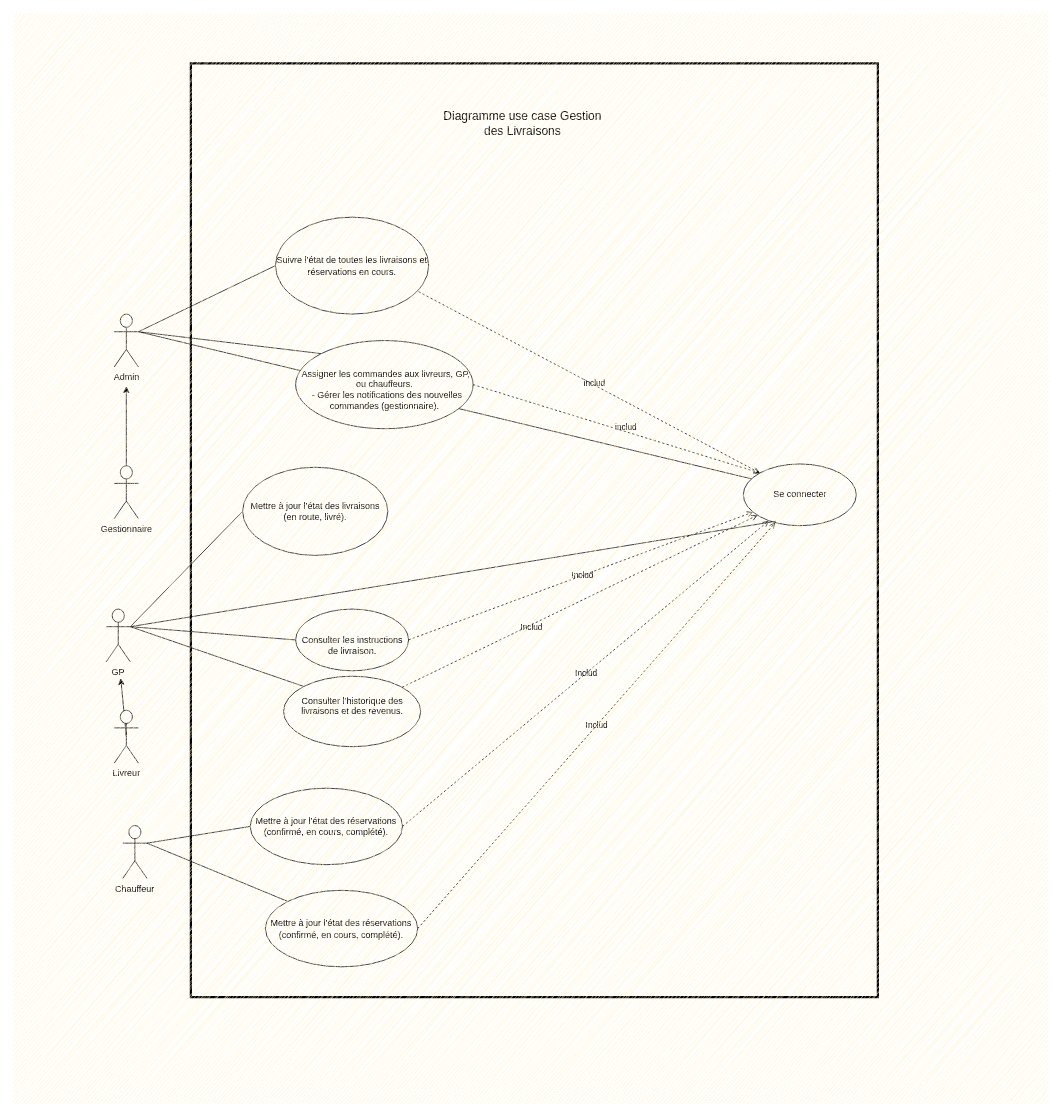
Earlier version of the draw.io diagram page "Diagramme use case Gestion des Livraisons" (4 of 6) of Diagramme sans nom.drawio (BounAbdallah/tuto). Source tidied: cells renumbered, new cells numbered last; positions are measured from the earlier drawing's top-left corner, leaving out a move shared by most shapes. Both pictures are drawn from the tidied source at 75%, with x=0, y=0 at pixel (13, 13).
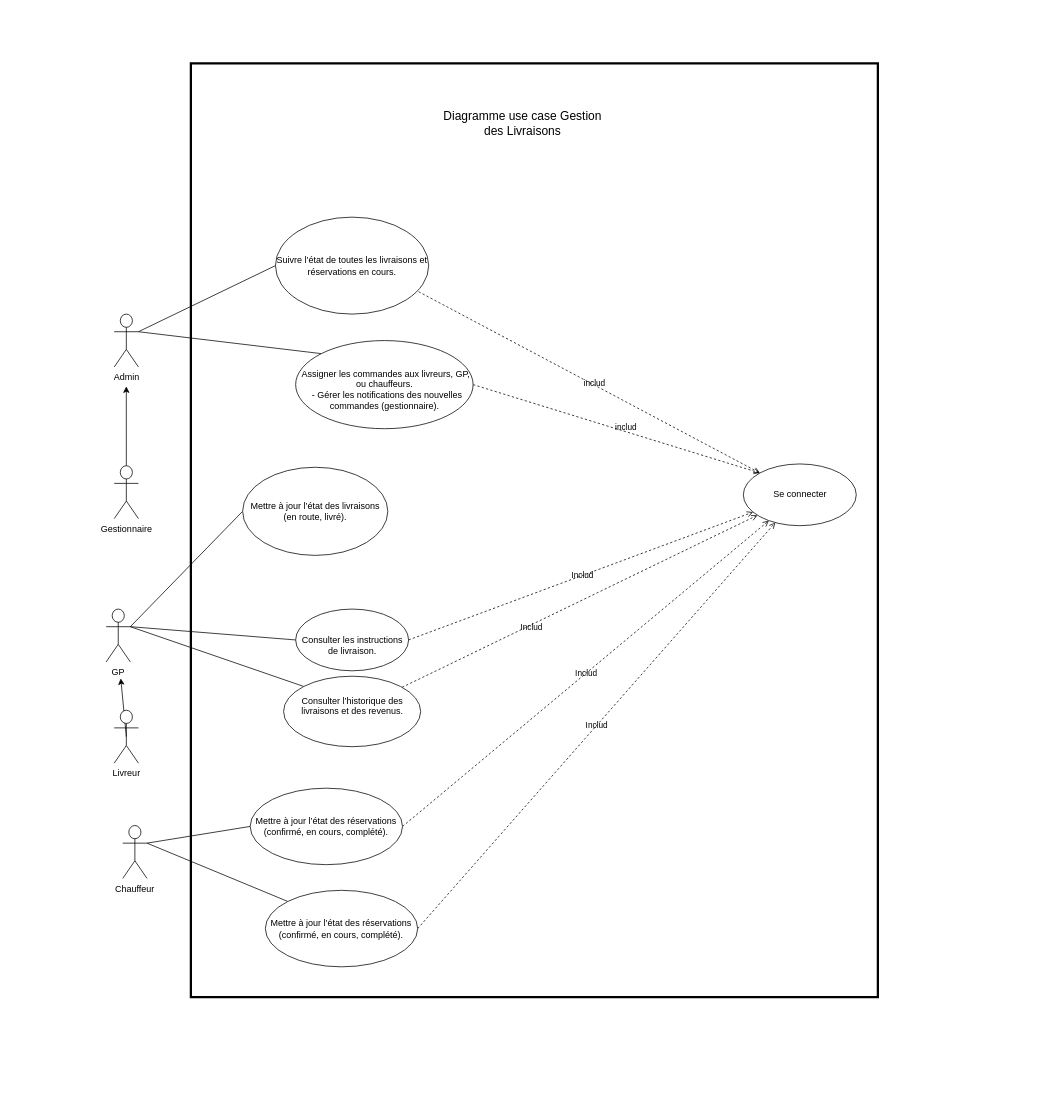
Above is the later version.

Unchanged cells that the change refers to:
```xml
<mxCell id="2" style="group;" parent="1" vertex="1">
  <mxGeometry width="1380" height="1453" as="geometry" />
</mxCell>
<mxCell id="7" value="Se connecter" style="ellipse;whiteSpace=wrap;html=1;" parent="2" vertex="1">
  <mxGeometry x="973.6" y="601.1" width="150.6" height="82.3" as="geometry" />
</mxCell>
<mxCell id="20" value="GP" style="shape=umlActor;html=1;verticalLabelPosition=bottom;verticalAlign=top;align=center;" parent="2" vertex="1">
  <mxGeometry x="124" y="794.6" width="32.3" height="70.5" as="geometry" />
</mxCell>
```

Diff of the diagram source:
```diff
@@
-    <mxCell id="6" style="rounded=0;jettySize=auto;html=1;exitX=0.072;exitY=0.241;exitDx=0;exitDy=0;endArrow=none;endFill=0;exitPerimeter=0;" parent="2" edge="1" source="7">
-      <mxGeometry relative="1" as="geometry">
-        <mxPoint x="167" y="424.8" as="targetPoint" />
-      </mxGeometry>
-    </mxCell>
@@
-    <mxCell id="23" style="rounded=0;jettySize=auto;html=1;exitX=1;exitY=0.3333333333333333;exitDx=0;exitDy=0;exitPerimeter=0;entryX=0.286;entryY=0.929;entryDx=0;entryDy=0;entryPerimeter=0;endArrow=none;endFill=0;" parent="2" edge="1" source="20" target="7">
-      <mxGeometry relative="1" as="geometry" />
-    </mxCell>
@@
-    <mxCell id="41" style="group;fillColor=#fff2cc;strokeColor=none;sketch=1;curveFitting=1;jiggle=2;" parent="2" vertex="1">
+    <mxCell id="41" style="group;fillColor=none;strokeColor=none;" parent="2" vertex="1">
       <mxGeometry width="1380" height="1453" as="geometry" />
     </mxCell>
```
